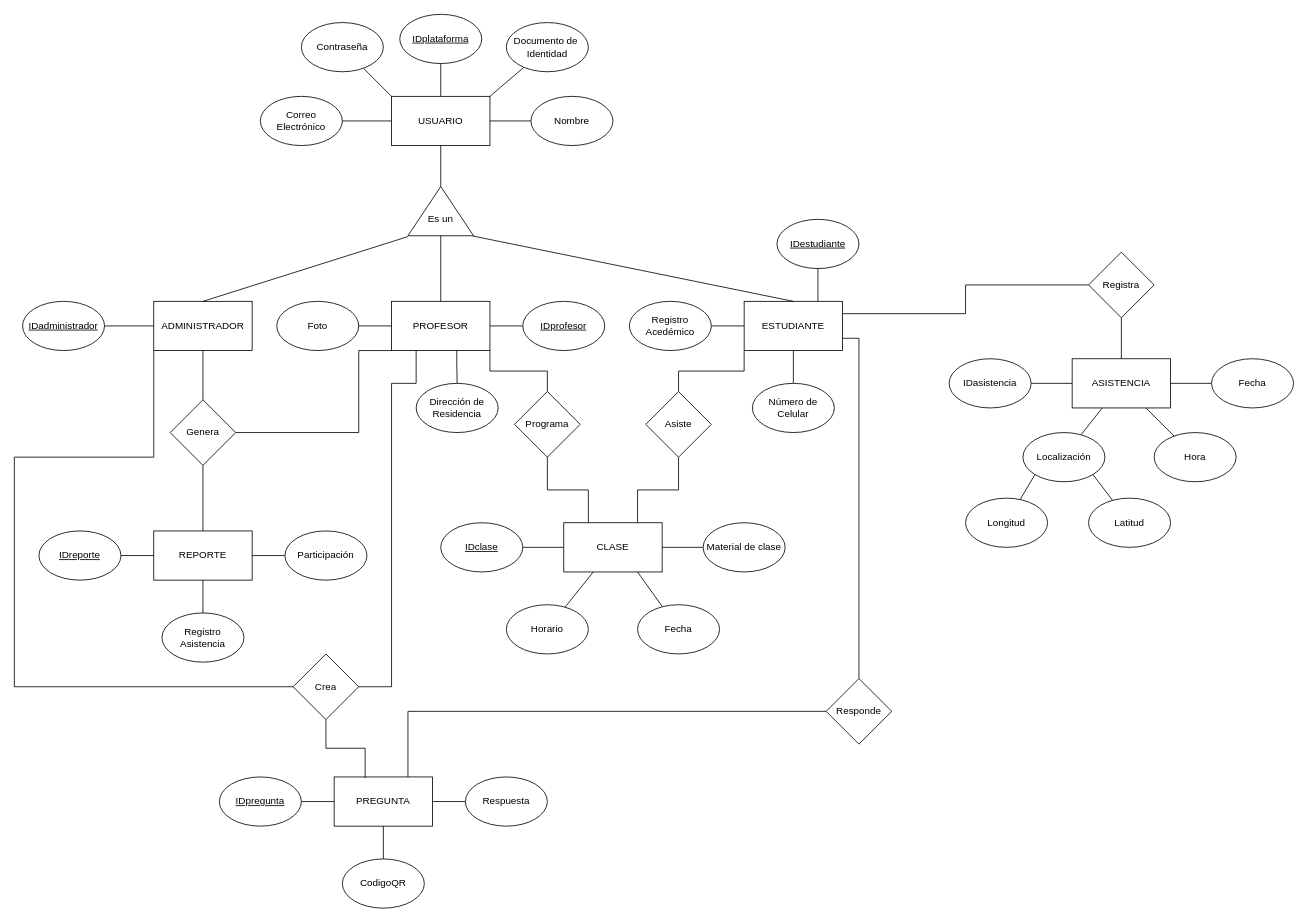
Above: Attenzio Entidad-Relación.drawio in 18luisc/Attenzio (draw.io), before the change. Source tidied: cells renumbered, new cells numbered last; positions are measured from the earlier drawing's top-left corner, leaving out a move shared by most shapes. Both pictures are drawn from the tidied source at 82%, with x=0, y=0 at pixel (14, 14).
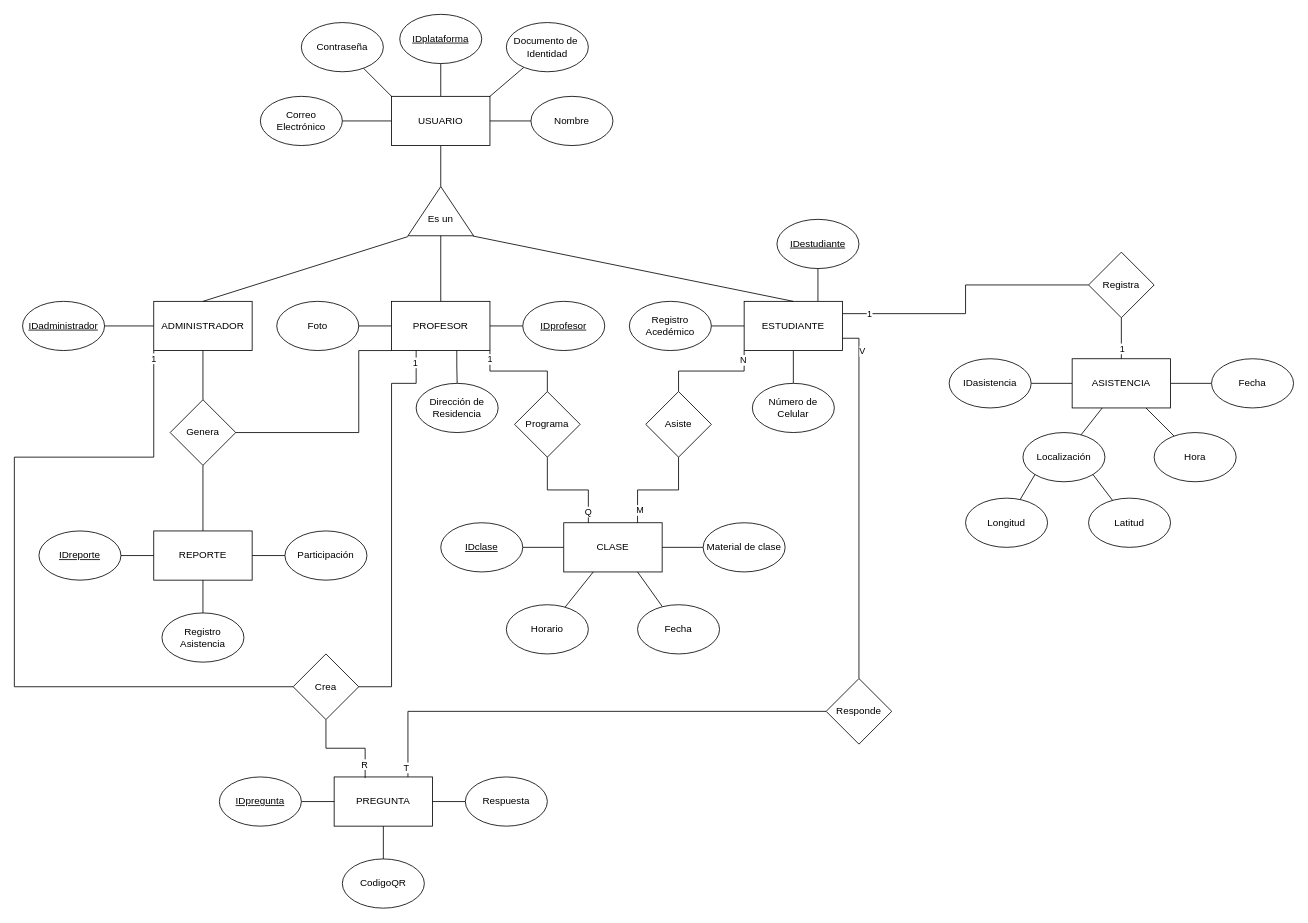
After the change.

Commit message:
Actualización de Cardinalidad

The change refers to these unchanged cells:
```xml
<mxCell id="72" style="rounded=0;jettySize=auto;html=1;endArrow=none;endFill=0;edgeStyle=orthogonalEdgeStyle;entryX=1;entryY=0.25;entryDx=0;entryDy=0;" parent="1" edge="1" source="74" target="8">
  <mxGeometry relative="1" as="geometry" />
</mxCell>
<mxCell id="73" style="rounded=0;jettySize=auto;html=1;endArrow=none;endFill=0;edgeStyle=orthogonalEdgeStyle;" parent="1" edge="1" source="74" target="19">
  <mxGeometry relative="1" as="geometry" />
</mxCell>
<mxCell id="75" style="rounded=0;jettySize=auto;html=1;endArrow=none;endFill=0;exitX=0.5;exitY=0;exitDx=0;exitDy=0;edgeStyle=orthogonalEdgeStyle;entryX=0;entryY=1;entryDx=0;entryDy=0;" parent="1" edge="1" source="77" target="8">
  <mxGeometry relative="1" as="geometry" />
</mxCell>
<mxCell id="76" style="edgeStyle=orthogonalEdgeStyle;rounded=0;jettySize=auto;html=1;endArrow=none;endFill=0;entryX=0.75;entryY=0;entryDx=0;entryDy=0;" parent="1" edge="1" source="77" target="16">
  <mxGeometry relative="1" as="geometry" />
</mxCell>
<mxCell id="78" style="edgeStyle=orthogonalEdgeStyle;rounded=0;jettySize=auto;html=1;endArrow=none;endFill=0;entryX=1;entryY=1;entryDx=0;entryDy=0;exitX=0.5;exitY=0;exitDx=0;exitDy=0;" parent="1" edge="1" source="80" target="12">
  <mxGeometry relative="1" as="geometry" />
</mxCell>
<mxCell id="79" style="edgeStyle=orthogonalEdgeStyle;rounded=0;jettySize=auto;html=1;endArrow=none;endFill=0;entryX=0.25;entryY=0;entryDx=0;entryDy=0;" parent="1" edge="1" source="80" target="16">
  <mxGeometry relative="1" as="geometry" />
</mxCell>
<mxCell id="81" style="edgeStyle=orthogonalEdgeStyle;rounded=0;jettySize=auto;html=1;endArrow=none;endFill=0;entryX=0.75;entryY=0;entryDx=0;entryDy=0;" parent="1" edge="1" source="83" target="20">
  <mxGeometry relative="1" as="geometry" />
</mxCell>
<mxCell id="82" style="edgeStyle=orthogonalEdgeStyle;rounded=0;jettySize=auto;html=1;endArrow=none;endFill=0;entryX=1;entryY=0.75;entryDx=0;entryDy=0;" parent="1" edge="1" source="83" target="8">
  <mxGeometry relative="1" as="geometry" />
</mxCell>
<mxCell id="88" style="edgeStyle=orthogonalEdgeStyle;rounded=0;jettySize=auto;html=1;endArrow=none;endFill=0;entryX=0.315;entryY=0.023;entryDx=0;entryDy=0;entryPerimeter=0;" parent="1" edge="1" source="89" target="20">
  <mxGeometry relative="1" as="geometry" />
</mxCell>
<mxCell id="90" style="endArrow=none;html=1;rounded=0;exitX=0;exitY=0.5;exitDx=0;exitDy=0;entryX=0;entryY=1;entryDx=0;entryDy=0;edgeStyle=orthogonalEdgeStyle;" parent="1" edge="1" source="89" target="14">
  <mxGeometry relative="1" as="geometry">
    <Array as="points">
      <mxPoint y="820" />
      <mxPoint y="540" />
      <mxPoint x="170" y="540" />
    </Array>
  </mxGeometry>
</mxCell>
<mxCell id="91" style="endArrow=none;html=1;rounded=0;exitX=1;exitY=0.5;exitDx=0;exitDy=0;edgeStyle=orthogonalEdgeStyle;" parent="1" edge="1" source="89">
  <mxGeometry relative="1" as="geometry">
    <mxPoint x="490" y="410" as="targetPoint" />
    <Array as="points">
      <mxPoint x="460" y="820" />
      <mxPoint x="460" y="450" />
      <mxPoint x="490" y="450" />
    </Array>
  </mxGeometry>
</mxCell>
```

The edit, as a diff of the source:
```diff
@@
+    <mxCell id="92" value="1" style="edgeLabel;html=1;align=center;verticalAlign=middle;" parent="72" vertex="1">
+      <mxGeometry x="0.81" relative="1" as="geometry" />
+    </mxCell>
@@
+    <mxCell id="93" value="1" style="edgeLabel;html=1;align=center;verticalAlign=middle;" parent="73" vertex="1">
+      <mxGeometry x="0.47" relative="1" as="geometry" />
+    </mxCell>
@@
+    <mxCell id="94" value="N" style="edgeLabel;html=1;align=center;verticalAlign=middle;" parent="75" vertex="1">
+      <mxGeometry x="0.83" y="2" relative="1" as="geometry" />
+    </mxCell>
@@
+    <mxCell id="95" value="M" style="edgeLabel;html=1;align=center;verticalAlign=middle;" parent="76" vertex="1">
+      <mxGeometry x="0.76" y="2" relative="1" as="geometry" />
+    </mxCell>
@@
+    <mxCell id="96" value="1" style="edgeLabel;html=1;align=center;verticalAlign=middle;" parent="78" vertex="1">
+      <mxGeometry x="0.84" y="1" relative="1" as="geometry" />
+    </mxCell>
@@
+    <mxCell id="97" value="Q" style="edgeLabel;html=1;align=center;verticalAlign=middle;" parent="79" vertex="1">
+      <mxGeometry x="0.79" y="-1" relative="1" as="geometry" />
+    </mxCell>
@@
+    <mxCell id="98" value="T" style="edgeLabel;html=1;align=center;verticalAlign=middle;" parent="81" vertex="1">
+      <mxGeometry x="0.96" y="-3" relative="1" as="geometry" />
+    </mxCell>
@@
+    <mxCell id="99" value="V" style="edgeLabel;html=1;align=center;verticalAlign=middle;" parent="82" vertex="1">
+      <mxGeometry x="0.84" y="-3" relative="1" as="geometry" />
+    </mxCell>
@@
+    <mxCell id="100" value="R" style="edgeLabel;html=1;align=center;verticalAlign=middle;" parent="88" vertex="1">
+      <mxGeometry x="0.72" y="-1" relative="1" as="geometry" />
+    </mxCell>
@@
+    <mxCell id="101" value="1" style="edgeLabel;html=1;align=center;verticalAlign=middle;" parent="90" vertex="1">
+      <mxGeometry x="0.98" y="1" relative="1" as="geometry" />
+    </mxCell>
@@
+    <mxCell id="102" value="1" style="edgeLabel;html=1;align=center;verticalAlign=middle;" parent="91" vertex="1">
+      <mxGeometry x="0.94" y="2" relative="1" as="geometry" />
+    </mxCell>
```
